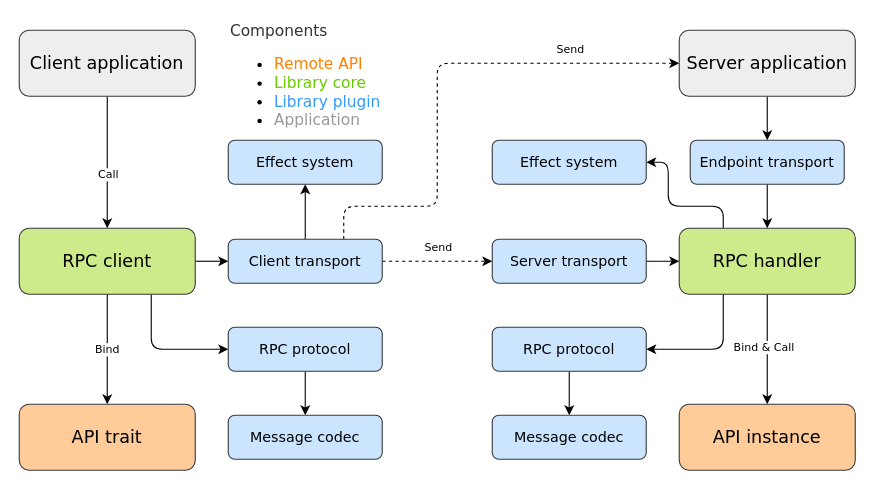
martin-ockajak/automorph keeps this draw.io diagram as doc/diagrams/architecture.drawio. Above is the earlier version. Source tidied: cells renumbered, new cells numbered last; positions are measured from the earlier drawing's top-left corner, leaving out a move shared by most shapes. Both pictures are drawn from the tidied source at 110%, with x=0, y=0 at pixel (19, 19).
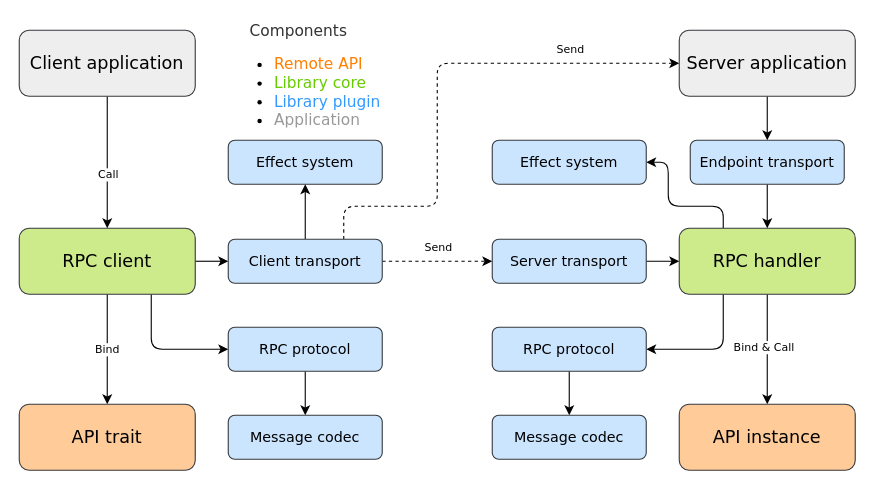
The same page after the edit.

Change to the diagram source:
```diff
@@
-    <mxCell id="36" value="&lt;div style=&quot;font-size: 14px&quot;&gt;&lt;font color=&quot;#333333&quot;&gt;Components&lt;/font&gt;&lt;/div&gt;&lt;ul style=&quot;font-size: 14px&quot;&gt;&lt;li&gt;&lt;font color=&quot;#ff8000&quot;&gt;Remote API&lt;/font&gt;&lt;/li&gt;&lt;li&gt;&lt;font color=&quot;#66cc00&quot;&gt;Library core&lt;/font&gt;&lt;/li&gt;&lt;li&gt;&lt;font style=&quot;font-size: 14px&quot; color=&quot;#3399ff&quot;&gt;Library plugin&lt;/font&gt;&lt;/li&gt;&lt;li&gt;&lt;font style=&quot;font-size: 14px&quot; color=&quot;#999999&quot;&gt;Application&lt;/font&gt;&lt;/li&gt;&lt;/ul&gt;" style="text;strokeColor=none;fillColor=none;html=1;whiteSpace=wrap;verticalAlign=middle;overflow=hidden;fontFamily=Verdana;fontSize=12;align=left;" parent="1" vertex="1">
+    <mxCell id="36" value="&lt;div style=&quot;font-size: 14px&quot;&gt;&lt;font color=&quot;#333333&quot;&gt;&amp;nbsp; &amp;nbsp; Components&lt;/font&gt;&lt;/div&gt;&lt;ul style=&quot;font-size: 14px&quot;&gt;&lt;li&gt;&lt;font color=&quot;#ff8000&quot;&gt;Remote API&lt;/font&gt;&lt;/li&gt;&lt;li&gt;&lt;font color=&quot;#66cc00&quot;&gt;Library core&lt;/font&gt;&lt;/li&gt;&lt;li&gt;&lt;font style=&quot;font-size: 14px&quot; color=&quot;#3399ff&quot;&gt;Library plugin&lt;/font&gt;&lt;/li&gt;&lt;li&gt;&lt;font style=&quot;font-size: 14px&quot; color=&quot;#999999&quot;&gt;Application&lt;/font&gt;&lt;/li&gt;&lt;/ul&gt;" style="text;strokeColor=none;fillColor=none;html=1;whiteSpace=wrap;verticalAlign=middle;overflow=hidden;fontFamily=Verdana;fontSize=12;align=left;" parent="1" vertex="1">
       <mxGeometry x="190" width="185" height="100" as="geometry" />
     </mxCell>
```
